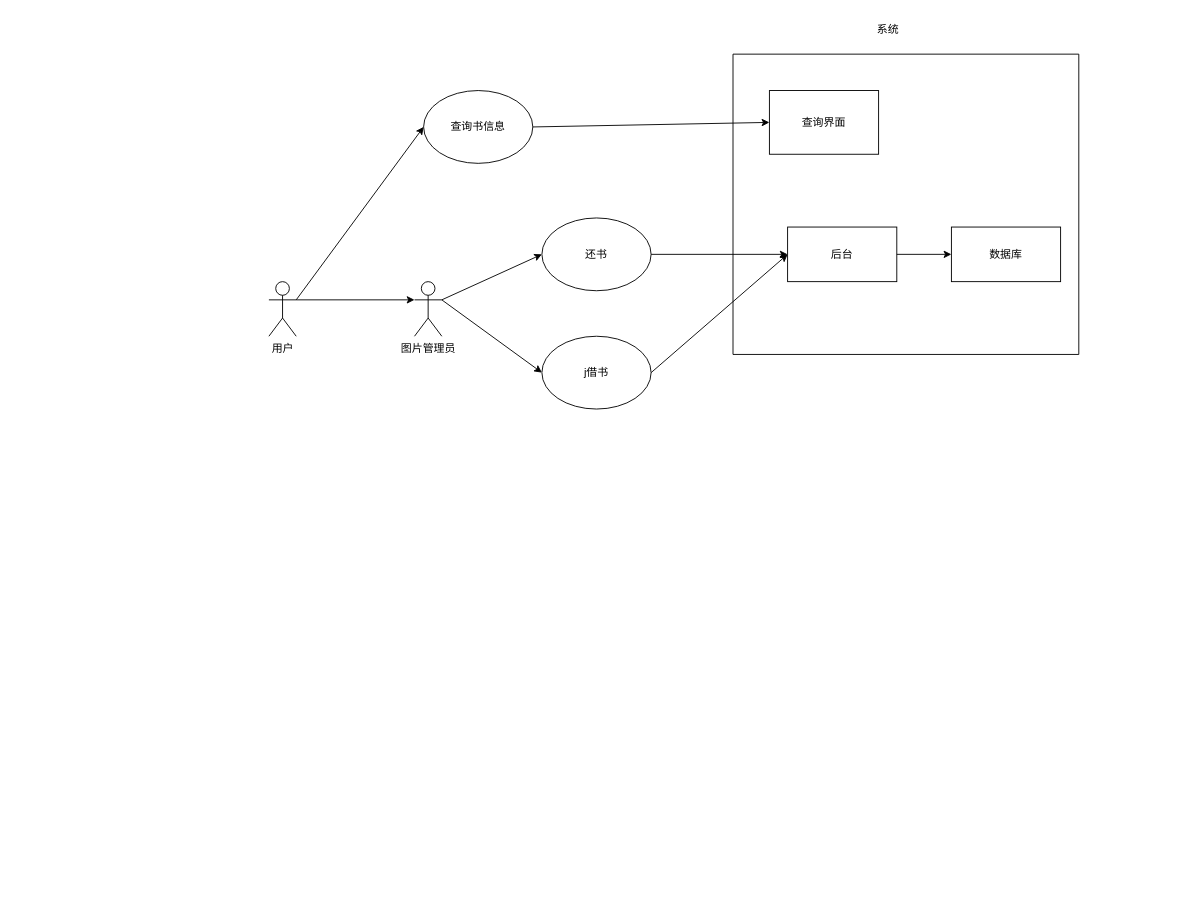
Earlier version of the draw.io diagram 需求分析.drawio (interca/drawPhoto). Source tidied: cells renumbered, new cells numbered last; positions are measured from the earlier drawing's top-left corner, leaving out a move shared by most shapes. Both pictures are drawn from the tidied source at 91%, with x=0, y=0 at pixel (268, 15).
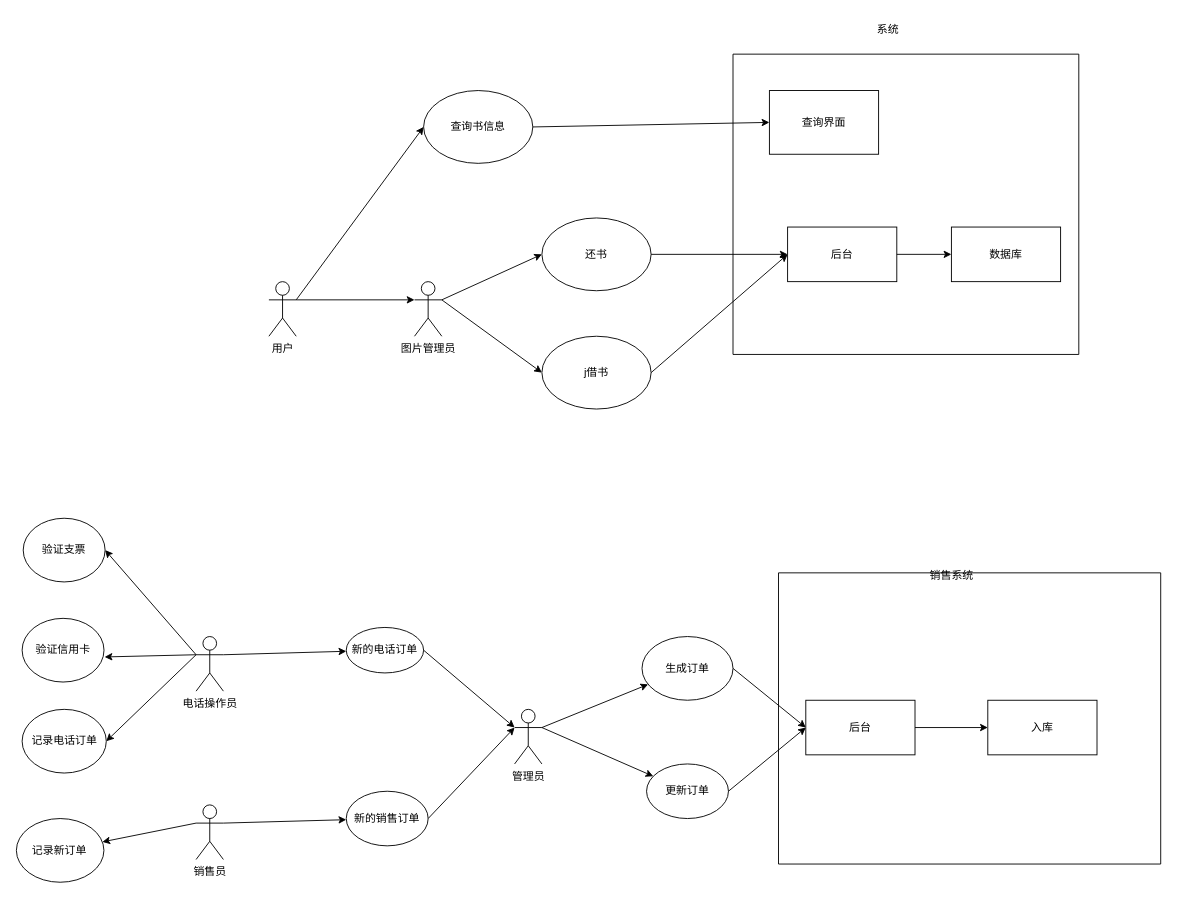
The same page after the edit.

Commit message (it also covers changes not shown here):
更新需求分析.drawio

The edit, as a diff of the source:
```diff
@@
+    <mxCell id="20" value="管理员" style="shape=umlActor;verticalLabelPosition=bottom;verticalAlign=top;html=1;outlineConnect=0;" parent="1" vertex="1">
+      <mxGeometry x="270" y="762" width="30" height="60" as="geometry" />
+    </mxCell>
+    <mxCell id="21" value="电话操作员" style="shape=umlActor;verticalLabelPosition=bottom;verticalAlign=top;html=1;outlineConnect=0;" parent="1" vertex="1">
+      <mxGeometry x="-80" y="682" width="30" height="60" as="geometry" />
+    </mxCell>
+    <mxCell id="22" value="销售员" style="shape=umlActor;verticalLabelPosition=bottom;verticalAlign=top;html=1;outlineConnect=0;" parent="1" vertex="1">
+      <mxGeometry x="-80" y="867" width="30" height="60" as="geometry" />
+    </mxCell>
+    <mxCell id="23" style="endArrow=classic;html=1;rounded=0;exitX=1;exitY=0.3333333333333333;exitDx=0;exitDy=0;exitPerimeter=0;" parent="1" edge="1" source="20" target="24">
+      <mxGeometry relative="1" as="geometry" />
+    </mxCell>
+    <mxCell id="24" value="生成订单" style="ellipse;whiteSpace=wrap;html=1;" parent="1" vertex="1">
+      <mxGeometry x="410" y="682" width="100" height="70" as="geometry" />
+    </mxCell>
+    <mxCell id="25" style="endArrow=classic;html=1;rounded=0;exitX=1;exitY=0.3333333333333333;exitDx=0;exitDy=0;exitPerimeter=0;" parent="1" edge="1" source="20" target="26">
+      <mxGeometry relative="1" as="geometry" />
+    </mxCell>
+    <mxCell id="26" value="更新订单" style="ellipse;whiteSpace=wrap;html=1;" parent="1" vertex="1">
+      <mxGeometry x="415" y="822" width="90" height="60" as="geometry" />
+    </mxCell>
+    <mxCell id="27" value="后台" style="rounded=0;whiteSpace=wrap;html=1;" parent="1" vertex="1">
+      <mxGeometry x="590" y="752" width="120" height="60" as="geometry" />
+    </mxCell>
+    <mxCell id="28" style="endArrow=classic;html=1;rounded=0;exitX=1;exitY=0.5;exitDx=0;exitDy=0;entryX=0;entryY=0.5;entryDx=0;entryDy=0;" parent="1" edge="1" source="24" target="27">
+      <mxGeometry relative="1" as="geometry" />
+    </mxCell>
+    <mxCell id="29" style="endArrow=classic;html=1;rounded=0;exitX=1;exitY=0.5;exitDx=0;exitDy=0;entryX=0;entryY=0.5;entryDx=0;entryDy=0;" parent="1" edge="1" source="26" target="27">
+      <mxGeometry relative="1" as="geometry" />
+    </mxCell>
+    <mxCell id="30" style="endArrow=classic;html=1;rounded=0;exitX=1;exitY=0.3333333333333333;exitDx=0;exitDy=0;exitPerimeter=0;" parent="1" edge="1" source="22" target="31">
+      <mxGeometry relative="1" as="geometry" />
+    </mxCell>
+    <mxCell id="31" value="新的销售订单" style="ellipse;whiteSpace=wrap;html=1;" parent="1" vertex="1">
+      <mxGeometry x="85" y="852" width="90" height="60" as="geometry" />
+    </mxCell>
+    <mxCell id="32" style="endArrow=classic;html=1;rounded=0;exitX=1;exitY=0.5;exitDx=0;exitDy=0;" parent="1" edge="1" source="31">
+      <mxGeometry relative="1" as="geometry">
+        <mxPoint x="270" y="782" as="targetPoint" />
+      </mxGeometry>
+    </mxCell>
+    <mxCell id="33" style="endArrow=classic;html=1;rounded=0;exitX=1;exitY=0.3333333333333333;exitDx=0;exitDy=0;exitPerimeter=0;" parent="1" edge="1" source="21" target="34">
+      <mxGeometry relative="1" as="geometry" />
+    </mxCell>
+    <mxCell id="34" value="新的电话订单" style="ellipse;whiteSpace=wrap;html=1;" parent="1" vertex="1">
+      <mxGeometry x="85" y="672" width="85" height="50" as="geometry" />
+    </mxCell>
+    <mxCell id="35" style="endArrow=classic;html=1;rounded=0;exitX=1;exitY=0.5;exitDx=0;exitDy=0;" parent="1" edge="1" source="34">
+      <mxGeometry relative="1" as="geometry">
+        <mxPoint x="270" y="782" as="targetPoint" />
+      </mxGeometry>
+    </mxCell>
+    <mxCell id="36" value="验证支票" style="ellipse;whiteSpace=wrap;html=1;" parent="1" vertex="1">
+      <mxGeometry x="-270" y="552" width="90" height="70" as="geometry" />
+    </mxCell>
+    <mxCell id="37" value="验证信用卡" style="ellipse;whiteSpace=wrap;html=1;" parent="1" vertex="1">
+      <mxGeometry x="-271.2" y="662" width="90" height="70" as="geometry" />
+    </mxCell>
+    <mxCell id="38" value="记录电话订单" style="ellipse;whiteSpace=wrap;html=1;" parent="1" vertex="1">
+      <mxGeometry x="-271.2" y="762" width="92.5" height="70" as="geometry" />
+    </mxCell>
+    <mxCell id="39" style="endArrow=classic;html=1;rounded=0;exitX=0;exitY=0.3333333333333333;exitDx=0;exitDy=0;exitPerimeter=0;entryX=1;entryY=0.5;entryDx=0;entryDy=0;" parent="1" edge="1" source="21" target="36">
+      <mxGeometry relative="1" as="geometry" />
+    </mxCell>
+    <mxCell id="40" style="endArrow=classic;html=1;rounded=0;entryX=1.007;entryY=0.606;entryDx=0;entryDy=0;entryPerimeter=0;" parent="1" edge="1" target="37">
+      <mxGeometry relative="1" as="geometry">
+        <mxPoint x="-80" y="702" as="sourcePoint" />
+      </mxGeometry>
+    </mxCell>
+    <mxCell id="41" style="endArrow=classic;html=1;rounded=0;entryX=1;entryY=0.5;entryDx=0;entryDy=0;" parent="1" edge="1" target="38">
+      <mxGeometry relative="1" as="geometry">
+        <mxPoint x="-80" y="702" as="sourcePoint" />
+      </mxGeometry>
+    </mxCell>
+    <mxCell id="42" value="记录新订单" style="ellipse;whiteSpace=wrap;html=1;" parent="1" vertex="1">
+      <mxGeometry x="-277.5" y="882" width="96.2" height="70" as="geometry" />
+    </mxCell>
+    <mxCell id="43" style="endArrow=classic;html=1;rounded=0;exitX=0;exitY=0.3333333333333333;exitDx=0;exitDy=0;exitPerimeter=0;" parent="1" edge="1" source="22" target="42">
+      <mxGeometry relative="1" as="geometry" />
+    </mxCell>
+    <mxCell id="44" style="endArrow=classic;html=1;rounded=0;exitX=1;exitY=0.5;exitDx=0;exitDy=0;entryX=0;entryY=0.5;entryDx=0;entryDy=0;" parent="1" edge="1" source="27" target="45">
+      <mxGeometry relative="1" as="geometry" />
+    </mxCell>
+    <mxCell id="45" value="入库" style="rounded=0;whiteSpace=wrap;html=1;" parent="1" vertex="1">
+      <mxGeometry x="790" y="752" width="120" height="60" as="geometry" />
+    </mxCell>
+    <mxCell id="46" style="swimlane;startSize=0;" parent="1" vertex="1">
+      <mxGeometry x="560" y="612" width="420" height="320" as="geometry" />
+    </mxCell>
+    <mxCell id="47" value="销售系统" style="text;html=1;align=center;verticalAlign=middle;strokeColor=none;fillColor=none;" parent="1" vertex="1">
+      <mxGeometry x="715" y="600" width="70" height="30" as="geometry" />
+    </mxCell>
```
